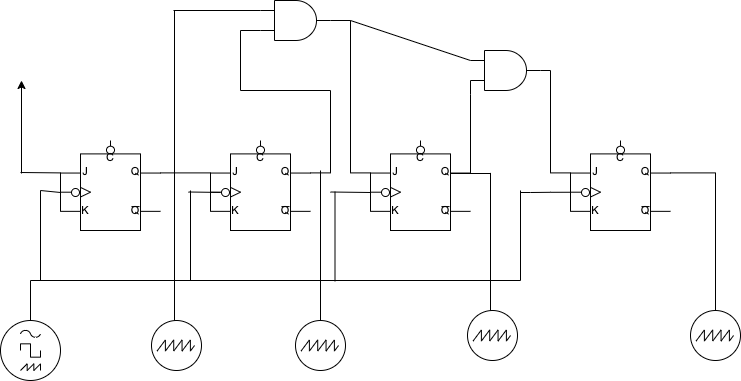
This is digital_counter.drawio.png from H-haruki-20/FlowChart, a draw.io export, as it was before one commit. Source tidied: cells renumbered, new cells last; positions are measured from the earlier drawing's top-left corner, leaving out a move shared by most shapes.
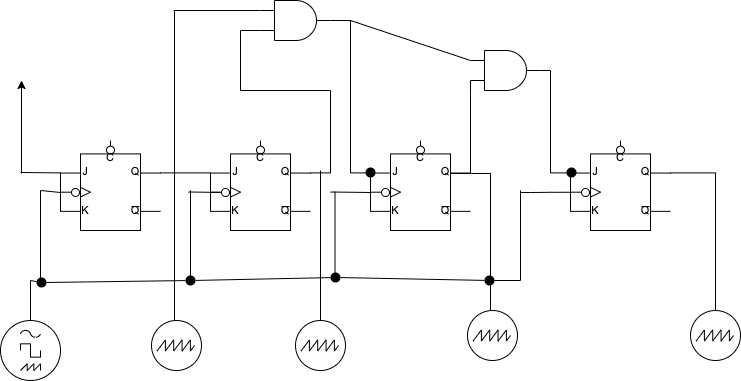
Later version of the same file.

Change to the diagram source:
```diff
@@ -54,9 +54,8 @@
         <mxPoint x="30" y="280" as="targetPoint" />
       </mxGeometry>
     </mxCell>
-    <mxCell id="16" style="endArrow=none;html=1;rounded=0;" parent="1" edge="1">
+    <mxCell id="16" style="endArrow=none;html=1;rounded=0;startArrow=none;" parent="1" edge="1" source="49">
       <mxGeometry relative="1" as="geometry">
-        <mxPoint x="30" y="280" as="sourcePoint" />
         <mxPoint x="520" y="280" as="targetPoint" />
       </mxGeometry>
     </mxCell>
@@ -202,5 +201,37 @@
     <mxCell id="46" style="edgeStyle=orthogonalEdgeStyle;rounded=0;orthogonalLoop=1;jettySize=auto;html=1;exitX=0;exitY=0.36;exitDx=0;exitDy=0;exitPerimeter=0;entryX=0;entryY=0.79;entryDx=0;entryDy=0;entryPerimeter=0;endArrow=none;endFill=0;" parent="1" edge="1" source="8" target="8">
       <mxGeometry relative="1" as="geometry" />
     </mxCell>
+    <mxCell id="47" style="ellipse;whiteSpace=wrap;html=1;strokeColor=none;fillColor=#000000;gradientColor=none;" parent="1" vertex="1">
+      <mxGeometry x="365" y="167" width="10" height="10" as="geometry" />
+    </mxCell>
+    <mxCell id="48" style="ellipse;whiteSpace=wrap;html=1;strokeColor=none;fillColor=#000000;gradientColor=none;" parent="1" vertex="1">
+      <mxGeometry x="566" y="167" width="10" height="10" as="geometry" />
+    </mxCell>
+    <mxCell id="49" style="ellipse;whiteSpace=wrap;html=1;strokeColor=none;fillColor=#000000;gradientColor=none;" parent="1" vertex="1">
+      <mxGeometry x="484" y="275" width="10" height="10" as="geometry" />
+    </mxCell>
+    <mxCell id="50" style="endArrow=none;html=1;rounded=0;startArrow=none;" parent="1" edge="1" source="51" target="49">
+      <mxGeometry relative="1" as="geometry" />
+    </mxCell>
+    <mxCell id="51" style="ellipse;whiteSpace=wrap;html=1;strokeColor=none;fillColor=#000000;gradientColor=none;" parent="1" vertex="1">
+      <mxGeometry x="330" y="272" width="10" height="10" as="geometry" />
+    </mxCell>
+    <mxCell id="52" style="endArrow=none;html=1;rounded=0;startArrow=none;" parent="1" edge="1" source="53" target="51">
+      <mxGeometry relative="1" as="geometry" />
+    </mxCell>
+    <mxCell id="53" style="ellipse;whiteSpace=wrap;html=1;strokeColor=none;fillColor=#000000;gradientColor=none;" parent="1" vertex="1">
+      <mxGeometry x="185" y="275" width="10" height="10" as="geometry" />
+    </mxCell>
+    <mxCell id="54" style="endArrow=none;html=1;rounded=0;startArrow=none;" parent="1" edge="1" source="55" target="53">
+      <mxGeometry relative="1" as="geometry" />
+    </mxCell>
+    <mxCell id="55" style="ellipse;whiteSpace=wrap;html=1;strokeColor=none;fillColor=#000000;gradientColor=none;" parent="1" vertex="1">
+      <mxGeometry x="36" y="277" width="10" height="10" as="geometry" />
+    </mxCell>
+    <mxCell id="56" style="endArrow=none;html=1;rounded=0;" parent="1" edge="1" target="55">
+      <mxGeometry relative="1" as="geometry">
+        <mxPoint x="30" y="280" as="sourcePoint" />
+      </mxGeometry>
+    </mxCell>
   </root>
 </mxGraphModel>
```
